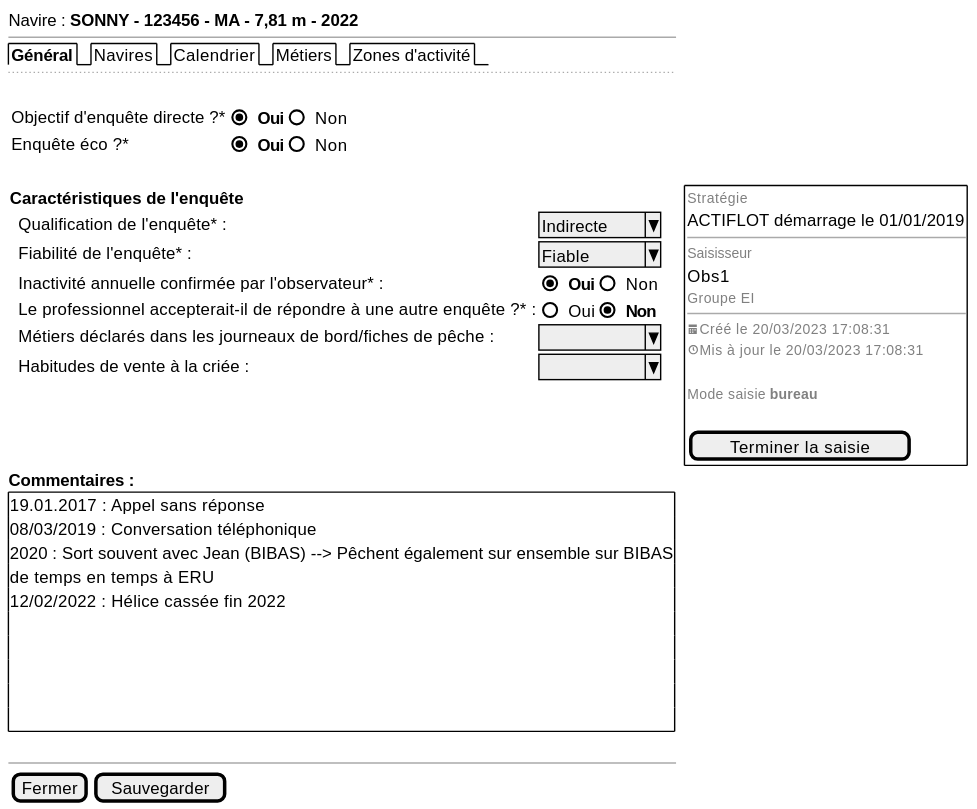
sumaris-net/sumaris-doc keeps this PlantUML diagram as projects/activity-calendar/spe/images/activity-calendar-new-general.svg. Above is the earlier version. Its source is kept beside it as projects/activity-calendar/spe/images/activity-calendar-new-general.puml.
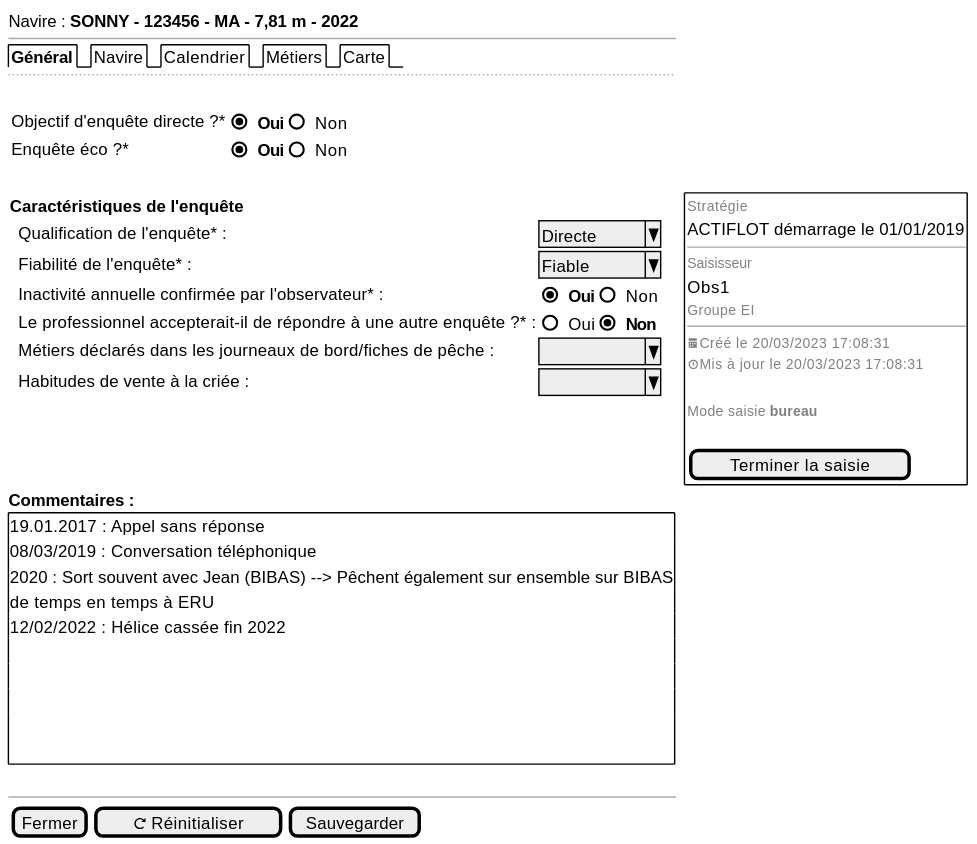
After the change.

Diff of the diagram source:
```diff
@@ -2,18 +2,18 @@
 {
   Navire : <b>SONNY - 123456 - MA - 7,81 m - 2022
   --
-  {/ <b>Général | Navires | Calendrier | Métiers | Zones d'activité}
+  {/ <b>Général | Navire | Calendrier | Métiers | Carte}
   ..
   .
   {{
-    Objectif d'enquête directe ?* | { (X) <b>Oui | () Non | . | Qualification de l'enquête* : | ^Indirecte^}
+    Objectif d'enquête directe ?* | { (X) <b>Oui | () Non}
     Enquête éco ?* | { (X) <b>Oui | () Non }} |
   }
   .
   {
   <b>Caractéristiques de l'enquête
      {
-
+     . | Qualification de l'enquête* : | ^Directe  ^
      . | Fiabilité de l'enquête* : | ^Fiable   ^
      . | Inactivité annuelle confirmée par l'observateur* : | { (X) <b>Oui | () Non }
      . | Le professionnel accepterait-il de répondre à une autre enquête ?* : | { () Oui | (X) <b>Non }
@@ -50,6 +50,6 @@
          }
   .
   --
-  { [Fermer] | [Sauvegarder] }
+  { [Fermer] | [<&reload> Réinitialiser] | [Sauvegarder] }
 }
 @endsalt
```
